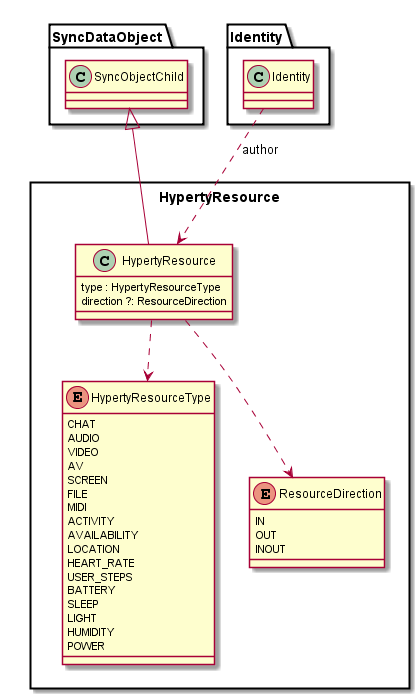
Before: docs/datamodel/data-objects/communication/Hyperty-Resource-Data-Object-Model.png, a diagram exported from PlantUML (reTHINK-project/dev-service-framework).
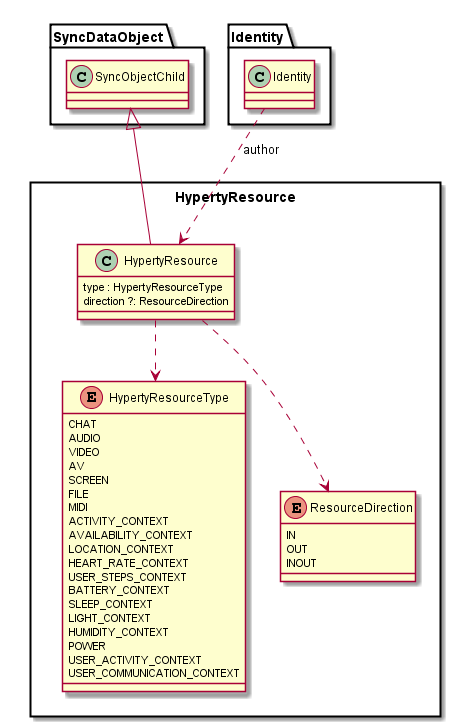
After the change.

Commit message:
New ContextUnits and Resource Types added

Change to the diagram source:
```diff
@@ -15,16 +15,18 @@
 		SCREEN
 		FILE
 		MIDI
-		ACTIVITY
-		AVAILABILITY
-		LOCATION
-		HEART_RATE
-		USER_STEPS
-		BATTERY
-		SLEEP
-		LIGHT
-		HUMIDITY
+		ACTIVITY_CONTEXT
+		AVAILABILITY_CONTEXT
+		LOCATION_CONTEXT
+		HEART_RATE_CONTEXT
+		USER_STEPS_CONTEXT
+		BATTERY_CONTEXT
+		SLEEP_CONTEXT
+		LIGHT_CONTEXT
+		HUMIDITY_CONTEXT
 		POWER
+		USER_ACTIVITY_CONTEXT
+		USER_COMMUNICATION_CONTEXT
 	}
 
 	enum ResourceDirection {
```
